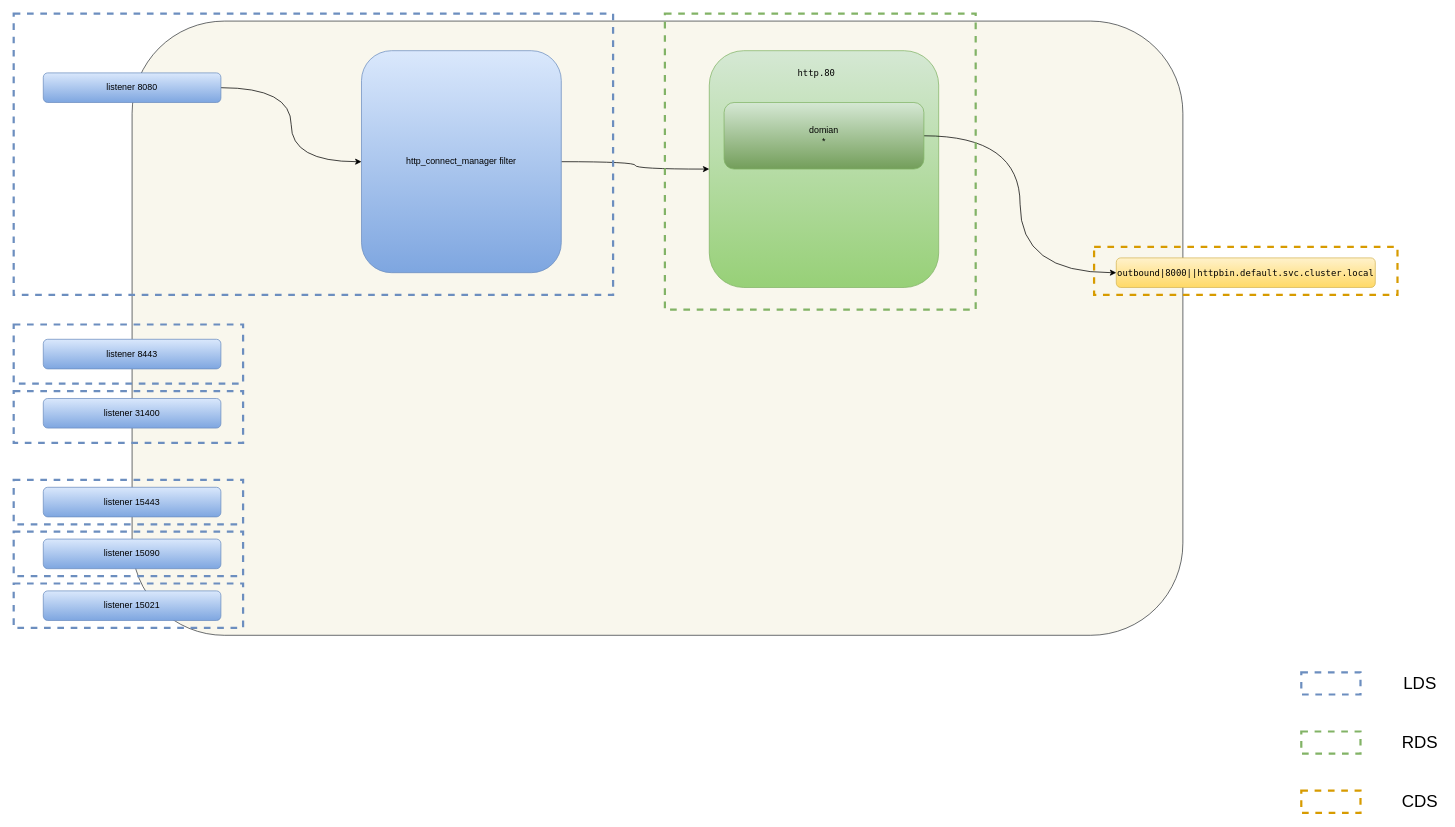
Above: xds-ingress.drawio in yueyangtian/draw (draw.io), before the change. Source tidied: cells renumbered, new cells numbered last; positions are measured from the earlier drawing's top-left corner, leaving out a move shared by most shapes. Both pictures are drawn from the tidied source at 74%, with x=0, y=0 at pixel (13, 13).
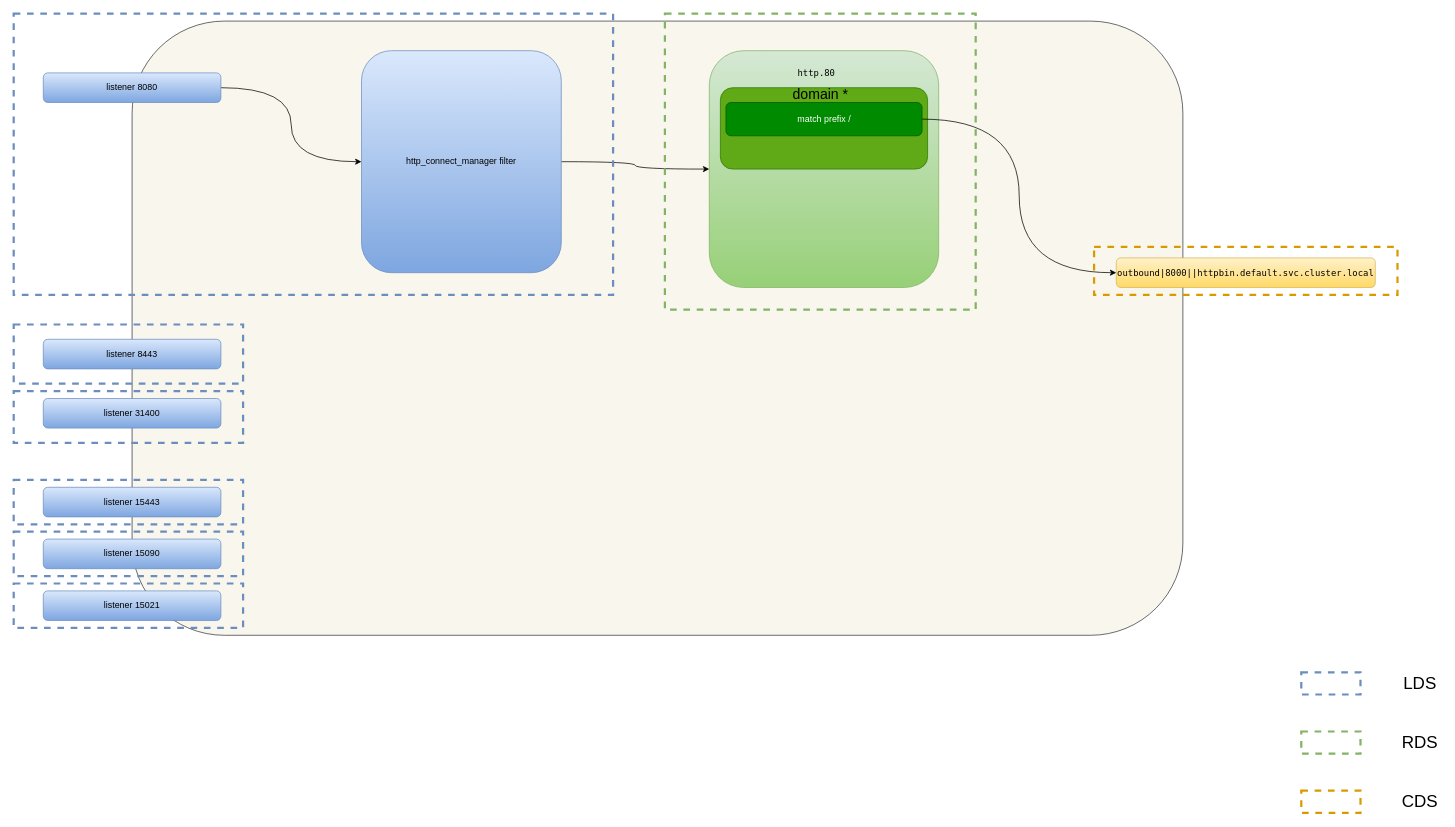
After the change.

Unchanged cells that the change refers to:
```xml
<mxCell id="10" value="&lt;div style=&quot;font-family: &amp;quot;menlo&amp;quot; , &amp;quot;monaco&amp;quot; , &amp;quot;courier new&amp;quot; , monospace ; line-height: 18px&quot;&gt;&lt;div style=&quot;font-family: &amp;quot;menlo&amp;quot; , &amp;quot;monaco&amp;quot; , &amp;quot;courier new&amp;quot; , monospace ; line-height: 18px&quot;&gt;&lt;span style=&quot;&quot;&gt;outbound|8000||httpbin.default.svc.cluster.local&lt;/span&gt;&lt;/div&gt;&lt;/div&gt;" style="rounded=1;whiteSpace=wrap;html=1;gradientColor=#ffd966;fillColor=#fff2cc;strokeColor=#d6b656;" parent="1" vertex="1">
  <mxGeometry x="1490" y="330" width="350" height="40" as="geometry" />
</mxCell>
```

Diff of the diagram source:
```diff
@@
-    <mxCell id="15" style="edgeStyle=orthogonalEdgeStyle;jettySize=auto;html=1;entryX=0;entryY=0.5;entryDx=0;entryDy=0;curved=1;" parent="1" edge="1" source="16" target="10">
-      <mxGeometry relative="1" as="geometry" />
-    </mxCell>
-    <mxCell id="16" value="domian&lt;br&gt;*" style="rounded=1;whiteSpace=wrap;html=1;fillColor=#d5e8d4;strokeColor=#82b366;gradientColor=#739E5A;" parent="1" vertex="1">
-      <mxGeometry x="960" y="120" width="270" height="90" as="geometry" />
-    </mxCell>
@@
+    <mxCell id="31" style="rounded=1;whiteSpace=wrap;html=1;fillColor=#60a917;strokeColor=#2D7600;fontColor=#ffffff;" parent="1" vertex="1">
+      <mxGeometry x="955" y="100" width="280" height="110" as="geometry" />
+    </mxCell>
+    <mxCell id="32" value="&lt;font style=&quot;font-size: 19px&quot;&gt;domain *&lt;/font&gt;" style="text;html=1;strokeColor=none;fillColor=none;align=center;verticalAlign=middle;whiteSpace=wrap;rounded=0;" parent="1" vertex="1">
+      <mxGeometry x="1027.5" y="100" width="125" height="20" as="geometry" />
+    </mxCell>
+    <mxCell id="33" style="edgeStyle=orthogonalEdgeStyle;curved=1;jettySize=auto;html=1;entryX=0;entryY=0.5;entryDx=0;entryDy=0;" parent="1" edge="1" source="34" target="10">
+      <mxGeometry relative="1" as="geometry" />
+    </mxCell>
+    <mxCell id="34" value="match prefix /" style="rounded=1;whiteSpace=wrap;html=1;fillColor=#008a00;strokeColor=#005700;fontColor=#ffffff;" parent="1" vertex="1">
+      <mxGeometry x="962.5" y="120" width="265" height="45" as="geometry" />
+    </mxCell>
```
